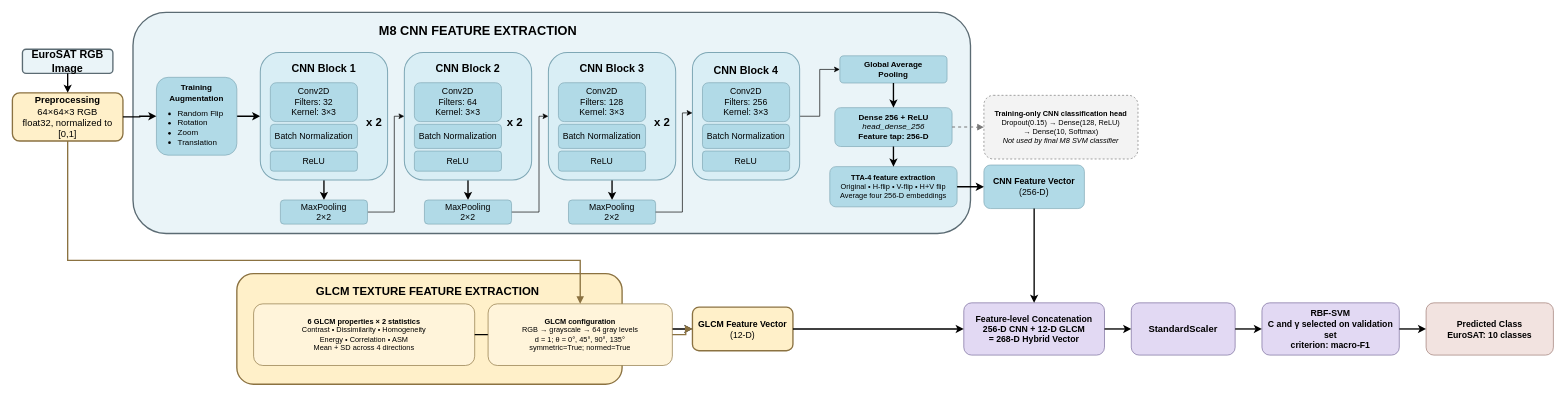
This is m8_archi.drawio from fac010150-cyber/draw_io, a draw.io file, before an edit. Source tidied: cells renumbered, new cells numbered last; positions are measured from the earlier drawing's top-left corner, leaving out a move shared by most shapes. Both pictures are drawn from the tidied source at 67%, with x=0, y=0 at pixel (12, 12).
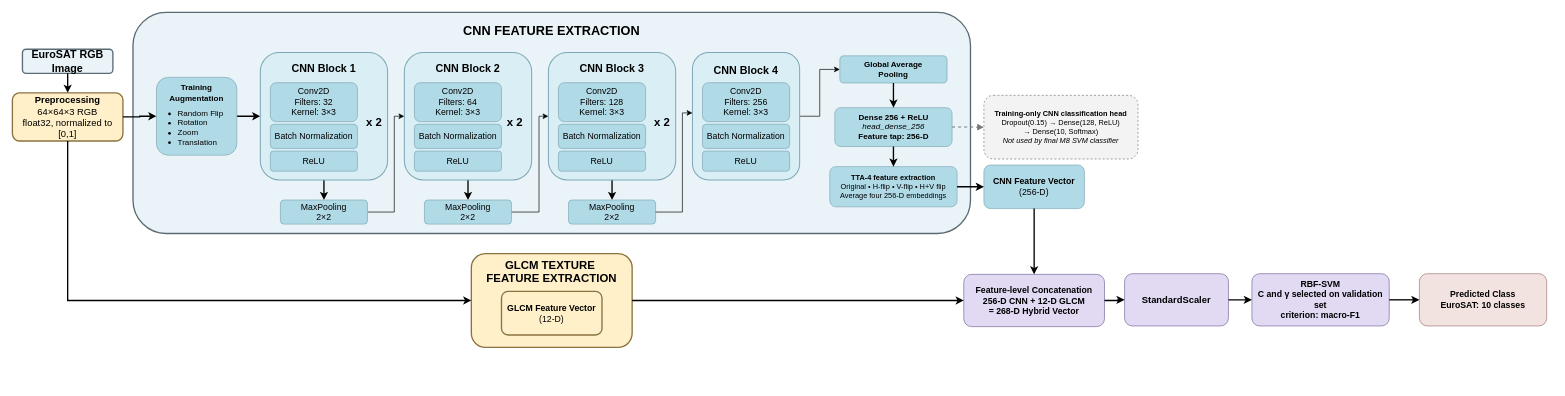
Above is the later version.

Unchanged cells that the change refers to:
```xml
<mxCell id="3" value="&lt;b&gt;Preprocessing&lt;/b&gt;&lt;br&gt;64×64×3 RGB&lt;br&gt;float32, normalized to [0,1]" style="rounded=1;whiteSpace=wrap;html=1;fillColor=#FFF0C9;strokeColor=#8B7241;strokeWidth=2;fontSize=14;" parent="1" vertex="1">
  <mxGeometry y="120" width="165" height="72" as="geometry" />
</mxCell>
```

Change to the diagram source:
```diff
@@
-    <mxCell id="5" value="&lt;b&gt;M8 CNN FEATURE EXTRACTION&lt;/b&gt;" style="text;html=1;whiteSpace=wrap;strokeColor=none;fillColor=none;fontStyle=1;fontSize=19;align=center;" parent="1" vertex="1">
-      <mxGeometry x="525" y="10" width="340" height="30" as="geometry" />
+    <mxCell id="5" value="&lt;b&gt;CNN FEATURE EXTRACTION&lt;/b&gt;" style="text;html=1;whiteSpace=wrap;strokeColor=none;fillColor=none;fontStyle=1;fontSize=19;align=center;" parent="1" vertex="1">
+      <mxGeometry x="635" y="10" width="340" height="30" as="geometry" />
     </mxCell>
@@
     <mxCell id="12" style="rounded=1;whiteSpace=wrap;html=1;fillColor=#FFF0C9;strokeColor=#8B7241;strokeWidth=2;" parent="1" vertex="1">
-      <mxGeometry x="335" y="390" width="575" height="165" as="geometry" />
+      <mxGeometry x="685" y="360" width="240" height="140" as="geometry" />
     </mxCell>
-    <mxCell id="13" value="&lt;b&gt;GLCM TEXTURE FEATURE EXTRACTION&lt;/b&gt;" style="text;html=1;whiteSpace=wrap;strokeColor=none;fillColor=none;fontStyle=1;fontSize=17;align=center;" parent="1" vertex="1">
-      <mxGeometry x="420" y="400" width="400" height="30" as="geometry" />
+    <mxCell id="13" value="&lt;div&gt;&lt;b&gt;GLCM TEXTURE&amp;nbsp;&lt;/b&gt;&lt;/div&gt;&lt;div&gt;&lt;b&gt;FEATURE EXTRACTION&lt;/b&gt;&lt;/div&gt;" style="text;html=1;whiteSpace=wrap;strokeColor=none;fillColor=none;fontStyle=1;fontSize=17;align=center;" parent="1" vertex="1">
+      <mxGeometry x="695" y="361" width="220" height="30" as="geometry" />
     </mxCell>
-    <mxCell id="14" value="&lt;b&gt;6 GLCM properties × 2 statistics&lt;/b&gt;&lt;br&gt;Contrast • Dissimilarity • Homogeneity&lt;br&gt;Energy • Correlation • ASM&lt;br&gt;Mean + SD across 4 directions" style="rounded=1;whiteSpace=wrap;html=1;fillColor=#FFF4DA;strokeColor=#8B7241;fontSize=11;" parent="1" vertex="1">
-      <mxGeometry x="360" y="435" width="330" height="92" as="geometry" />
-    </mxCell>
     <mxCell id="15" value="&lt;b&gt;GLCM Feature Vector&lt;/b&gt;&lt;br&gt;(12-D)" style="rounded=1;whiteSpace=wrap;html=1;fillColor=#FFF0C9;strokeColor=#8B7241;strokeWidth=2;fontSize=13;" parent="1" vertex="1">
-      <mxGeometry x="1015" y="440" width="150" height="65" as="geometry" />
+      <mxGeometry x="730" y="416.5" width="150" height="65" as="geometry" />
     </mxCell>
     <mxCell id="16" value="&lt;b&gt;Feature-level Concatenation&lt;/b&gt;&lt;br&gt;256-D CNN + 12-D GLCM&lt;br&gt;= &lt;b&gt;268-D Hybrid Vector&lt;/b&gt;" style="rounded=1;whiteSpace=wrap;html=1;fillColor=#E2D9F3;strokeColor=#76689A;fontSize=13;fontStyle=1;" parent="1" vertex="1">
-      <mxGeometry x="1420" y="433.5" width="210" height="78" as="geometry" />
+      <mxGeometry x="1420" y="391" width="210" height="78" as="geometry" />
     </mxCell>
     <mxCell id="17" value="&lt;b&gt;StandardScaler&lt;/b&gt;" style="rounded=1;whiteSpace=wrap;html=1;fillColor=#E2D9F3;strokeColor=#76689A;fontSize=14;fontStyle=1;" parent="1" vertex="1">
-      <mxGeometry x="1670" y="433.5" width="155" height="78" as="geometry" />
+      <mxGeometry x="1660" y="390" width="155" height="78" as="geometry" />
     </mxCell>
     <mxCell id="18" value="&lt;b&gt;RBF-SVM&lt;/b&gt;&lt;br&gt;C and γ selected on validation set&lt;br&gt;criterion: macro-F1" style="rounded=1;whiteSpace=wrap;html=1;fillColor=#E2D9F3;strokeColor=#76689A;fontSize=13;fontStyle=1;" parent="1" vertex="1">
-      <mxGeometry x="1865" y="433.5" width="205" height="78" as="geometry" />
+      <mxGeometry x="1850" y="390" width="205" height="78" as="geometry" />
     </mxCell>
     <mxCell id="19" value="&lt;b&gt;Predicted Class&lt;/b&gt;&lt;br&gt;EuroSAT: 10 classes" style="rounded=1;whiteSpace=wrap;html=1;fillColor=#F2E3E0;strokeColor=#9B7770;fontSize=13;fontStyle=1;" parent="1" vertex="1">
-      <mxGeometry x="2110" y="433.5" width="190" height="78" as="geometry" />
+      <mxGeometry x="2100" y="390" width="190" height="78" as="geometry" />
     </mxCell>
@@
-    <mxCell id="25" style="edgeStyle=orthogonalEdgeStyle;rounded=0;jettySize=auto;html=1;strokeWidth=2;endArrow=classic;" parent="1" edge="1" source="14" target="15">
-      <mxGeometry relative="1" as="geometry" />
-    </mxCell>
@@
-    <mxCell id="27" style="edgeStyle=orthogonalEdgeStyle;rounded=0;jettySize=auto;html=1;strokeWidth=2;endArrow=classic;" parent="1" edge="1" source="15" target="16">
+    <mxCell id="27" style="edgeStyle=orthogonalEdgeStyle;rounded=0;jettySize=auto;html=1;strokeWidth=2;endArrow=classic;exitX=1;exitY=0.5;exitDx=0;exitDy=0;" parent="1" edge="1" source="12" target="16">
       <mxGeometry relative="1" as="geometry" />
     </mxCell>
@@
-    <mxCell id="66" value="&lt;b&gt;GLCM configuration&lt;/b&gt;&lt;br&gt;RGB → grayscale → 64 gray levels&lt;br&gt;d = 1; θ = 0°, 45°, 90°, 135°&lt;br&gt;symmetric=True; normed=True" style="rounded=1;whiteSpace=wrap;html=1;fillColor=#FFF4DA;strokeColor=#8B7241;fontSize=11;" parent="1" vertex="1">
-      <mxGeometry x="710" y="435" width="275" height="92" as="geometry" />
-    </mxCell>
@@
-    <mxCell id="69" style="edgeStyle=orthogonalEdgeStyle;rounded=0;jettySize=auto;html=1;strokeColor=#8B7241;strokeWidth=2;endArrow=block;endFill=1;" parent="1" edge="1" source="3" target="66">
-      <mxGeometry relative="1" as="geometry">
-        <Array as="points">
-          <mxPoint x="82.5" y="370" />
-          <mxPoint x="847.5" y="370" />
-        </Array>
-      </mxGeometry>
-    </mxCell>
-    <mxCell id="70" style="edgeStyle=orthogonalEdgeStyle;rounded=0;jettySize=auto;html=1;strokeColor=#8B7241;strokeWidth=2;endArrow=block;endFill=1;" parent="1" edge="1" source="66" target="15">
-      <mxGeometry relative="1" as="geometry" />
-    </mxCell>
+    <mxCell id="71" style="edgeStyle=none;jettySize=auto;html=1;rounded=0;exitX=0.5;exitY=1;exitDx=0;exitDy=0;entryX=0;entryY=0.5;entryDx=0;entryDy=0;curved=0;strokeWidth=2;" parent="1" edge="1" source="3" target="12">
+      <mxGeometry x="0.1" relative="1" as="geometry">
+        <Array as="points">
+          <mxPoint x="82.5" y="430" />
+        </Array>
+      </mxGeometry>
+    </mxCell>
```
